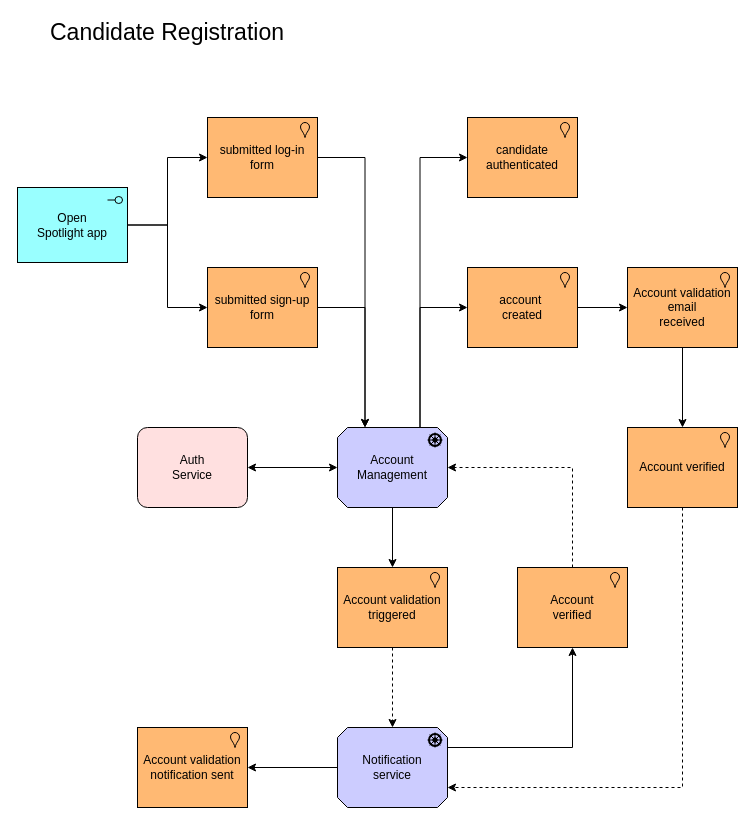
This is diagrams/CandidateRegistration.drawio from Katalyst-2022/katas-2022, a draw.io file, before an edit. Source tidied: cells renumbered, new cells numbered last; positions are measured from the earlier drawing's top-left corner, leaving out a move shared by most shapes. Both pictures are drawn from the tidied source at 100%, with x=0, y=0 at pixel (17, 17).
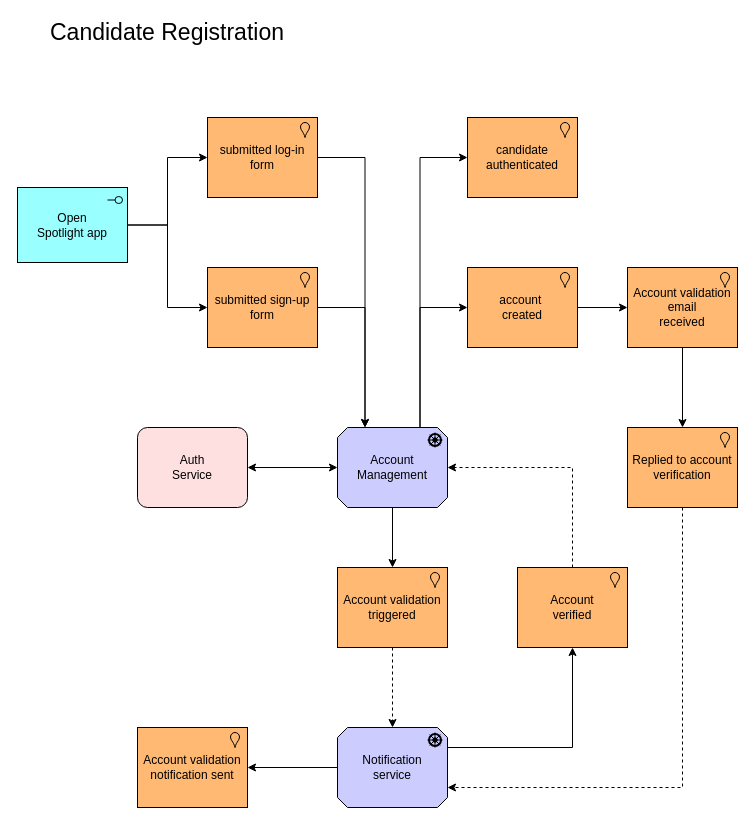
The same page after the edit.

Commit message:
Candidate registration event flow

Diff of the diagram source:
```diff
@@
-    <mxCell id="23" value="&lt;font color=&quot;#000000&quot;&gt;Account verified&lt;br&gt;&lt;/font&gt;" style="html=1;outlineConnect=0;whiteSpace=wrap;fillColor=#FFB973;shape=mxgraph.archimate3.application;appType=location;archiType=square;" parent="1" vertex="1">
+    <mxCell id="23" value="&lt;font color=&quot;#000000&quot;&gt;Replied to account verification&lt;br&gt;&lt;/font&gt;" style="html=1;outlineConnect=0;whiteSpace=wrap;fillColor=#FFB973;shape=mxgraph.archimate3.application;appType=location;archiType=square;" parent="1" vertex="1">
       <mxGeometry x="610" y="410" width="110" height="80" as="geometry" />
     </mxCell>
```
